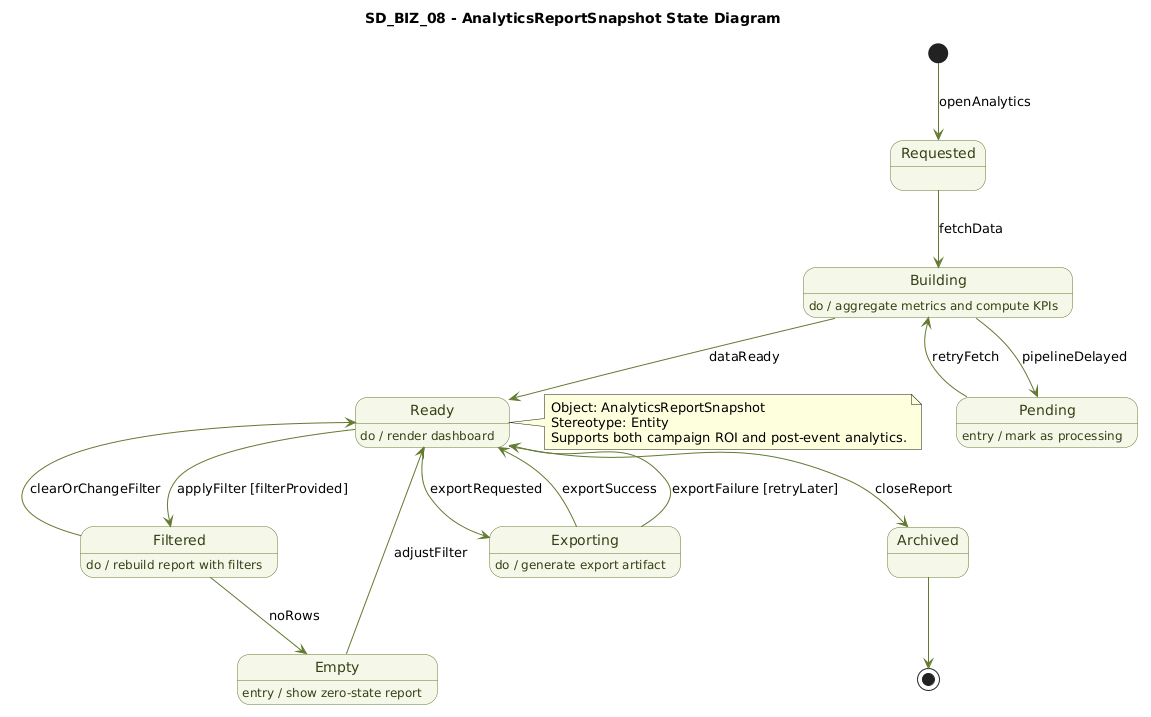
Before: State Diagrams/BusinessRole/SD_BIZ_08_Analytics_Report_Snapshot.png, a diagram exported from PlantUML (gorge-unc23/4ThePlot).
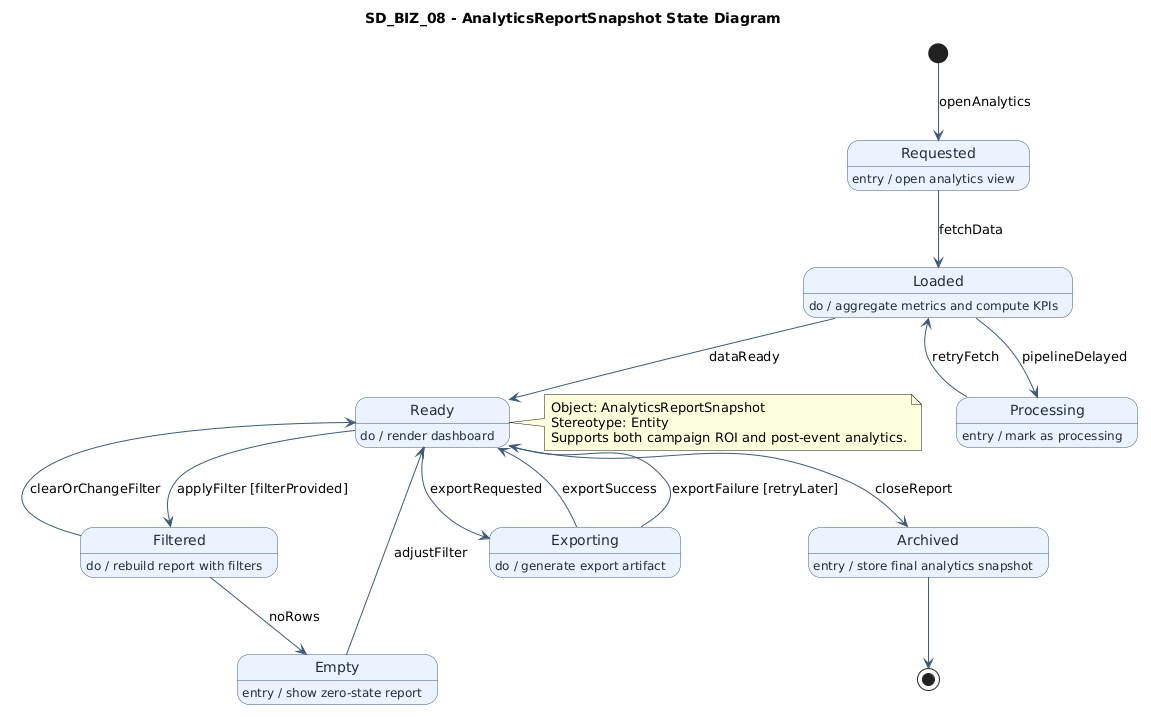
The same file after the commit.

Change to the diagram source:
```diff
@@ -3,25 +3,26 @@
 top to bottom direction
 
 skinparam state {
-  BackgroundColor #F5F8E8
-  BorderColor #627A2F
-  FontColor #334115
-  ArrowColor #627A2F
+  BackgroundColor #EAF3FF
+  BorderColor #3E5A78
+  FontColor #1F2D3A
+  ArrowColor #3E5A78
 }
 
 [*] -down-> Requested : openAnalytics
 
 state Requested
-Requested --> Building : fetchData
+Requested : entry / open analytics view
+Requested --> Loaded : fetchData
 
-state Building
-Building : do / aggregate metrics and compute KPIs
-Building --> Ready : dataReady
-Building --> Pending : pipelineDelayed
+state Loaded
+Loaded : do / aggregate metrics and compute KPIs
+Loaded --> Ready : dataReady
+Loaded --> Processing : pipelineDelayed
 
-state Pending
-Pending : entry / mark as processing
-Pending --> Building : retryFetch
+state Processing
+Processing : entry / mark as processing
+Processing --> Loaded : retryFetch
 
 state Ready
 Ready : do / render dashboard
@@ -44,6 +45,7 @@
 Exporting --> Ready : exportFailure [retryLater]
 
 state Archived
+Archived : entry / store final analytics snapshot
 Archived --> [*]
 
 note right of Ready
```
